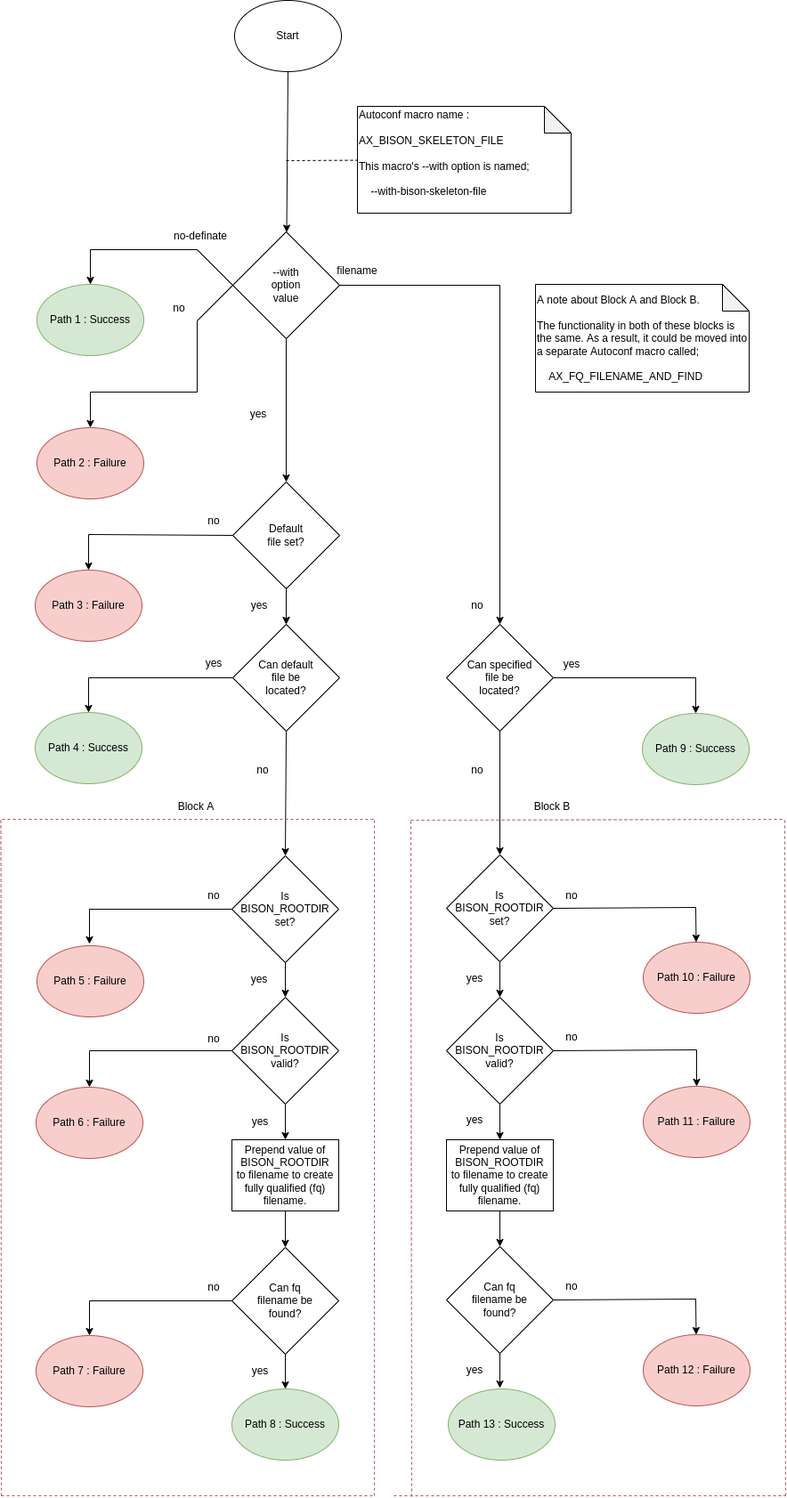
Above: images/flowchart.png in c-sanders/AutoconfMacro-BisonSkeleton (draw.io), before the change. Source tidied: cells renumbered, new cells last; positions are measured from the earlier drawing's top-left corner, leaving out a move shared by most shapes.
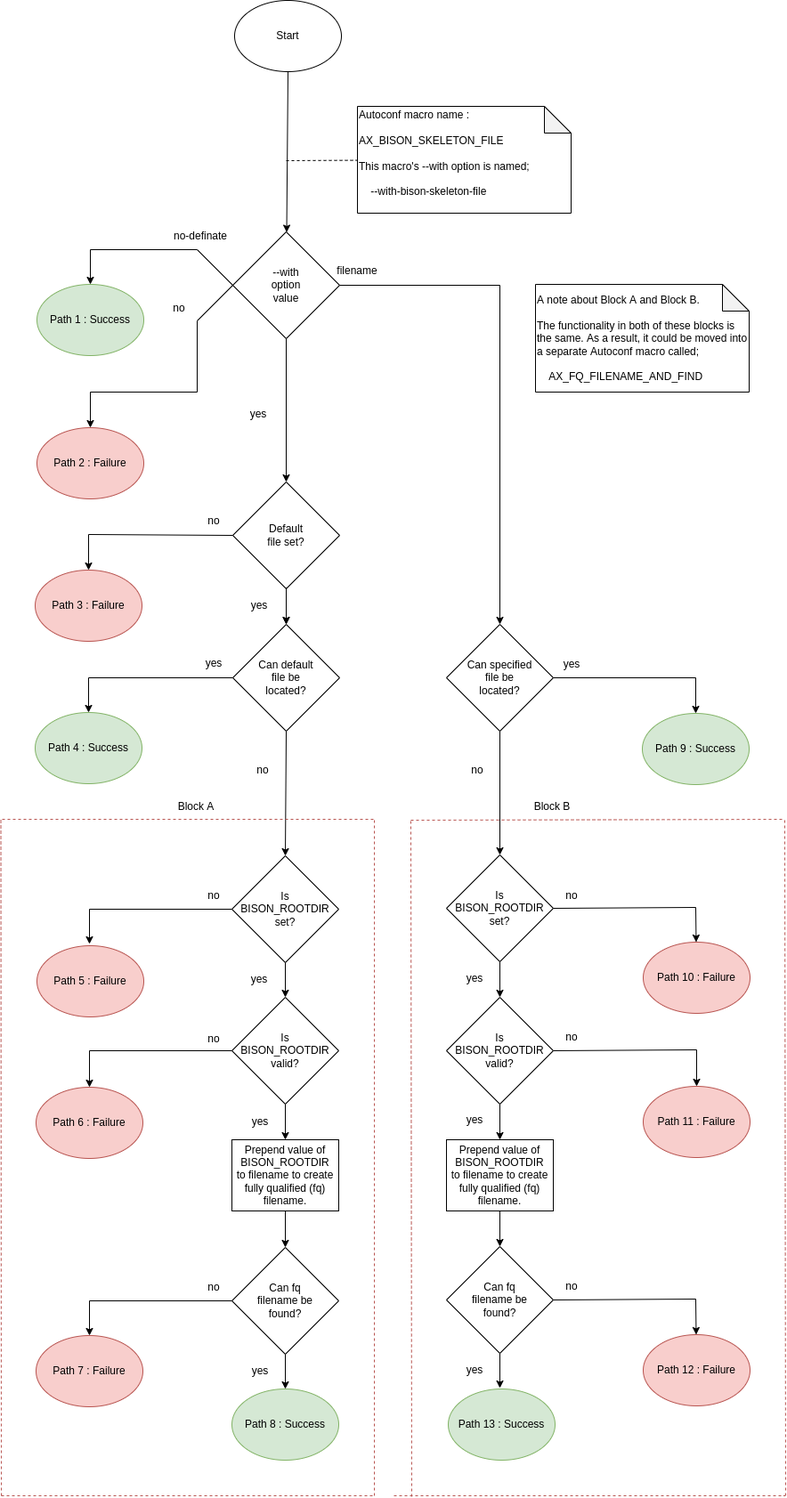
After the change.

Diff of the diagram source:
```diff
@@ -91,9 +91,6 @@
     <mxCell id="28" value="yes" style="text;html=1;strokeColor=none;fillColor=none;align=center;verticalAlign=middle;whiteSpace=wrap;rounded=0;" parent="1" vertex="1">
       <mxGeometry x="260" y="665" width="60" height="30" as="geometry" />
     </mxCell>
-    <mxCell id="29" value="no" style="text;html=1;strokeColor=none;fillColor=none;align=center;verticalAlign=middle;whiteSpace=wrap;rounded=0;" parent="1" vertex="1">
-      <mxGeometry x="505" y="665" width="60" height="30" as="geometry" />
-    </mxCell>
     <mxCell id="30" value="Can specified&lt;br&gt;file be&lt;br&gt;located?" style="rhombus;whiteSpace=wrap;html=1;" parent="1" vertex="1">
       <mxGeometry x="500" y="701" width="120" height="120" as="geometry" />
     </mxCell>
```
